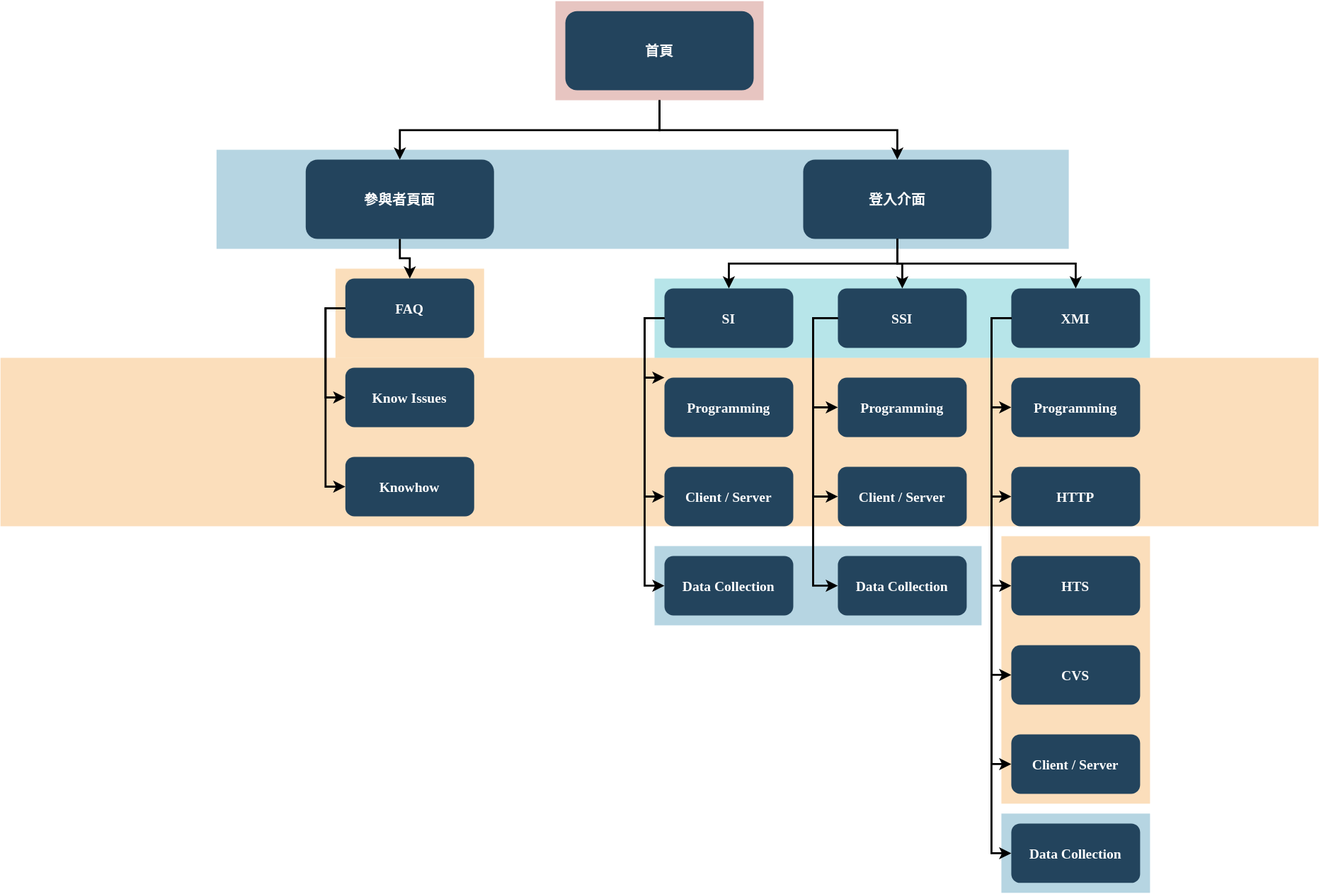
Earlier version of the draw.io export 未命名绘图.drawio.svg (Kotno557/GShepherd). Source tidied: cells renumbered, new cells last; positions are measured from the earlier drawing's top-left corner, leaving out a move shared by most shapes. The source it was exported from:
```xml
<mxGraphModel>
  <root>
    <mxCell id="0" />
    <mxCell id="1" parent="0" />
    <mxCell id="2" style="fillColor=#AE4132;strokeColor=none;opacity=30;" parent="1" vertex="1">
      <mxGeometry x="560" y="-0.5" width="210" height="100" as="geometry" />
    </mxCell>
    <mxCell id="3" style="fillColor=#10739E;strokeColor=none;opacity=30;" parent="1" vertex="1">
      <mxGeometry x="218" y="149.5" width="860" height="100" as="geometry" />
    </mxCell>
    <mxCell id="4" style="fillColor=#F2931E;strokeColor=none;opacity=30;" parent="1" vertex="1">
      <mxGeometry x="1010" y="539.5" width="150" height="270" as="geometry" />
    </mxCell>
    <mxCell id="5" style="fillColor=#F2931E;strokeColor=none;opacity=30;" parent="1" vertex="1">
      <mxGeometry x="338" y="269.5" width="150" height="90" as="geometry" />
    </mxCell>
    <mxCell id="6" style="fillColor=#F2931E;strokeColor=none;opacity=30;" parent="1" vertex="1">
      <mxGeometry y="359.5" width="1330" height="170" as="geometry" />
    </mxCell>
    <mxCell id="7" style="fillColor=#10739E;strokeColor=none;opacity=30;" parent="1" vertex="1">
      <mxGeometry x="1010" y="819.5" width="150" height="80" as="geometry" />
    </mxCell>
    <mxCell id="8" style="fillColor=#10739E;strokeColor=none;opacity=30;" parent="1" vertex="1">
      <mxGeometry x="660" y="549.5" width="330" height="80" as="geometry" />
    </mxCell>
    <mxCell id="9" style="fillColor=#12AAB5;strokeColor=none;opacity=30;" parent="1" vertex="1">
      <mxGeometry x="660" y="279.5" width="500" height="80" as="geometry" />
    </mxCell>
    <mxCell id="10" value="首頁" style="rounded=1;fillColor=#23445D;gradientColor=none;strokeColor=none;fontColor=#FFFFFF;fontStyle=1;fontFamily=Tahoma;fontSize=14;" parent="1" vertex="1">
      <mxGeometry x="570" y="9.5" width="190" height="80" as="geometry" />
    </mxCell>
    <mxCell id="11" value="登入介面" style="rounded=1;fillColor=#23445D;gradientColor=none;strokeColor=none;fontColor=#FFFFFF;fontStyle=1;fontFamily=Tahoma;fontSize=14;" parent="1" vertex="1">
      <mxGeometry x="810" y="159.5" width="190" height="80" as="geometry" />
    </mxCell>
    <mxCell id="12" style="edgeStyle=elbowEdgeStyle;elbow=vertical;strokeWidth=2;rounded=0;exitX=0.5;exitY=1;exitDx=0;exitDy=0;" parent="1" edge="1" source="2" target="11">
      <mxGeometry x="142" y="215.5" as="geometry" />
    </mxCell>
    <mxCell id="13" value="參與者頁面" style="rounded=1;fillColor=#23445D;gradientColor=none;strokeColor=none;fontColor=#FFFFFF;fontStyle=1;fontFamily=Tahoma;fontSize=14;" parent="1" vertex="1">
      <mxGeometry x="308" y="159.5" width="190" height="80" as="geometry" />
    </mxCell>
    <mxCell id="14" value="FAQ" style="rounded=1;fillColor=#23445D;gradientColor=none;strokeColor=none;fontColor=#FFFFFF;fontStyle=1;fontFamily=Tahoma;fontSize=14;" parent="1" vertex="1">
      <mxGeometry x="348" y="279.5" width="130" height="60" as="geometry" />
    </mxCell>
    <mxCell id="15" value="Know Issues" style="rounded=1;fillColor=#23445D;gradientColor=none;strokeColor=none;fontColor=#FFFFFF;fontStyle=1;fontFamily=Tahoma;fontSize=14;" parent="1" vertex="1">
      <mxGeometry x="348" y="369.5" width="130" height="60" as="geometry" />
    </mxCell>
    <mxCell id="16" value="Knowhow" style="rounded=1;fillColor=#23445D;gradientColor=none;strokeColor=none;fontColor=#FFFFFF;fontStyle=1;fontFamily=Tahoma;fontSize=14;" parent="1" vertex="1">
      <mxGeometry x="348" y="459.5" width="130" height="60" as="geometry" />
    </mxCell>
    <mxCell id="17" value="SI" style="rounded=1;fillColor=#23445D;gradientColor=none;strokeColor=none;fontColor=#FFFFFF;fontStyle=1;fontFamily=Tahoma;fontSize=14;" parent="1" vertex="1">
      <mxGeometry x="670" y="289.5" width="130" height="60" as="geometry" />
    </mxCell>
    <mxCell id="18" value="Programming" style="rounded=1;fillColor=#23445D;gradientColor=none;strokeColor=none;fontColor=#FFFFFF;fontStyle=1;fontFamily=Tahoma;fontSize=14;" parent="1" vertex="1">
      <mxGeometry x="670" y="379.5" width="130" height="60" as="geometry" />
    </mxCell>
    <mxCell id="19" value="Client / Server" style="rounded=1;fillColor=#23445D;gradientColor=none;strokeColor=none;fontColor=#FFFFFF;fontStyle=1;fontFamily=Tahoma;fontSize=14;" parent="1" vertex="1">
      <mxGeometry x="670" y="469.5" width="130" height="60" as="geometry" />
    </mxCell>
    <mxCell id="20" value="Data Collection" style="rounded=1;fillColor=#23445D;gradientColor=none;strokeColor=none;fontColor=#FFFFFF;fontStyle=1;fontFamily=Tahoma;fontSize=14;" parent="1" vertex="1">
      <mxGeometry x="670" y="559.5" width="130" height="60" as="geometry" />
    </mxCell>
    <mxCell id="21" value="SSI" style="rounded=1;fillColor=#23445D;gradientColor=none;strokeColor=none;fontColor=#FFFFFF;fontStyle=1;fontFamily=Tahoma;fontSize=14;" parent="1" vertex="1">
      <mxGeometry x="845" y="289.5" width="130" height="60" as="geometry" />
    </mxCell>
    <mxCell id="22" value="Programming" style="rounded=1;fillColor=#23445D;gradientColor=none;strokeColor=none;fontColor=#FFFFFF;fontStyle=1;fontFamily=Tahoma;fontSize=14;" parent="1" vertex="1">
      <mxGeometry x="845" y="379.5" width="130" height="60" as="geometry" />
    </mxCell>
    <mxCell id="23" value="Client / Server" style="rounded=1;fillColor=#23445D;gradientColor=none;strokeColor=none;fontColor=#FFFFFF;fontStyle=1;fontFamily=Tahoma;fontSize=14;" parent="1" vertex="1">
      <mxGeometry x="845" y="469.5" width="130" height="60" as="geometry" />
    </mxCell>
    <mxCell id="24" value="Data Collection" style="rounded=1;fillColor=#23445D;gradientColor=none;strokeColor=none;fontColor=#FFFFFF;fontStyle=1;fontFamily=Tahoma;fontSize=14;" parent="1" vertex="1">
      <mxGeometry x="845" y="559.5" width="130" height="60" as="geometry" />
    </mxCell>
    <mxCell id="25" value="XMI" style="rounded=1;fillColor=#23445D;gradientColor=none;strokeColor=none;fontColor=#FFFFFF;fontStyle=1;fontFamily=Tahoma;fontSize=14;" parent="1" vertex="1">
      <mxGeometry x="1020" y="289.5" width="130" height="60" as="geometry" />
    </mxCell>
    <mxCell id="26" value="Programming" style="rounded=1;fillColor=#23445D;gradientColor=none;strokeColor=none;fontColor=#FFFFFF;fontStyle=1;fontFamily=Tahoma;fontSize=14;" parent="1" vertex="1">
      <mxGeometry x="1020" y="379.5" width="130" height="60" as="geometry" />
    </mxCell>
    <mxCell id="27" value="HTTP" style="rounded=1;fillColor=#23445D;gradientColor=none;strokeColor=none;fontColor=#FFFFFF;fontStyle=1;fontFamily=Tahoma;fontSize=14;" parent="1" vertex="1">
      <mxGeometry x="1020" y="469.5" width="130" height="60" as="geometry" />
    </mxCell>
    <mxCell id="28" value="HTS" style="rounded=1;fillColor=#23445D;gradientColor=none;strokeColor=none;fontColor=#FFFFFF;fontStyle=1;fontFamily=Tahoma;fontSize=14;" parent="1" vertex="1">
      <mxGeometry x="1020" y="559.5" width="130" height="60" as="geometry" />
    </mxCell>
    <mxCell id="29" value="CVS" style="rounded=1;fillColor=#23445D;gradientColor=none;strokeColor=none;fontColor=#FFFFFF;fontStyle=1;fontFamily=Tahoma;fontSize=14;" parent="1" vertex="1">
      <mxGeometry x="1020" y="649.5" width="130" height="60" as="geometry" />
    </mxCell>
    <mxCell id="30" value="Client / Server" style="rounded=1;fillColor=#23445D;gradientColor=none;strokeColor=none;fontColor=#FFFFFF;fontStyle=1;fontFamily=Tahoma;fontSize=14;" parent="1" vertex="1">
      <mxGeometry x="1020" y="739.5" width="130" height="60" as="geometry" />
    </mxCell>
    <mxCell id="31" value="Data Collection" style="rounded=1;fillColor=#23445D;gradientColor=none;strokeColor=none;fontColor=#FFFFFF;fontStyle=1;fontFamily=Tahoma;fontSize=14;" parent="1" vertex="1">
      <mxGeometry x="1020" y="829.5" width="130" height="60" as="geometry" />
    </mxCell>
    <mxCell id="32" style="edgeStyle=elbowEdgeStyle;elbow=horizontal;strokeWidth=2;rounded=0;" parent="1" edge="1" source="14" target="15">
      <mxGeometry x="-470" y="135.5" as="geometry">
        <Array as="points">
          <mxPoint x="328" y="359.5" />
        </Array>
      </mxGeometry>
    </mxCell>
    <mxCell id="33" style="edgeStyle=elbowEdgeStyle;elbow=horizontal;strokeWidth=2;rounded=0;" parent="1" edge="1" source="14" target="16">
      <mxGeometry x="-470" y="135.5" as="geometry">
        <Array as="points">
          <mxPoint x="328" y="409.5" />
        </Array>
      </mxGeometry>
    </mxCell>
    <mxCell id="34" style="edgeStyle=elbowEdgeStyle;elbow=horizontal;strokeWidth=2;rounded=0;" parent="1" edge="1" source="17" target="18">
      <mxGeometry x="-388" y="145.5" as="geometry">
        <Array as="points">
          <mxPoint x="650" y="379.5" />
        </Array>
      </mxGeometry>
    </mxCell>
    <mxCell id="35" style="edgeStyle=elbowEdgeStyle;elbow=horizontal;strokeWidth=2;rounded=0;" parent="1" edge="1" source="17" target="19">
      <mxGeometry x="-388" y="145.5" as="geometry">
        <Array as="points">
          <mxPoint x="650" y="409.5" />
        </Array>
      </mxGeometry>
    </mxCell>
    <mxCell id="36" style="edgeStyle=elbowEdgeStyle;elbow=horizontal;strokeWidth=2;rounded=0;" parent="1" edge="1" source="17" target="20">
      <mxGeometry x="-388" y="145.5" as="geometry">
        <Array as="points">
          <mxPoint x="650" y="459.5" />
        </Array>
      </mxGeometry>
    </mxCell>
    <mxCell id="37" style="edgeStyle=elbowEdgeStyle;elbow=horizontal;strokeWidth=2;rounded=0;" parent="1" edge="1" source="21" target="22">
      <mxGeometry x="-388" y="145.5" as="geometry">
        <Array as="points">
          <mxPoint x="820" y="369.5" />
        </Array>
      </mxGeometry>
    </mxCell>
    <mxCell id="38" style="edgeStyle=elbowEdgeStyle;elbow=horizontal;strokeWidth=2;rounded=0;" parent="1" edge="1" source="21" target="23">
      <mxGeometry x="-388" y="145.5" as="geometry">
        <Array as="points">
          <mxPoint x="820" y="429.5" />
        </Array>
      </mxGeometry>
    </mxCell>
    <mxCell id="39" style="edgeStyle=elbowEdgeStyle;elbow=horizontal;strokeWidth=2;rounded=0;" parent="1" edge="1" source="21" target="24">
      <mxGeometry x="-388" y="145.5" as="geometry">
        <Array as="points">
          <mxPoint x="820" y="459.5" />
        </Array>
      </mxGeometry>
    </mxCell>
    <mxCell id="40" style="edgeStyle=elbowEdgeStyle;elbow=horizontal;strokeWidth=2;rounded=0;" parent="1" edge="1" source="25" target="26">
      <mxGeometry x="-388" y="145.5" as="geometry">
        <Array as="points">
          <mxPoint x="1000" y="369.5" />
        </Array>
      </mxGeometry>
    </mxCell>
    <mxCell id="41" style="edgeStyle=elbowEdgeStyle;elbow=horizontal;strokeWidth=2;rounded=0;" parent="1" edge="1" source="25" target="27">
      <mxGeometry x="-388" y="145.5" as="geometry">
        <Array as="points">
          <mxPoint x="1000" y="409.5" />
        </Array>
      </mxGeometry>
    </mxCell>
    <mxCell id="42" style="edgeStyle=elbowEdgeStyle;elbow=horizontal;strokeWidth=2;rounded=0;" parent="1" edge="1" source="25" target="28">
      <mxGeometry x="-388" y="145.5" as="geometry">
        <Array as="points">
          <mxPoint x="1000" y="459.5" />
        </Array>
      </mxGeometry>
    </mxCell>
    <mxCell id="43" style="edgeStyle=elbowEdgeStyle;elbow=horizontal;strokeWidth=2;rounded=0;" parent="1" edge="1" source="25" target="29">
      <mxGeometry x="-388" y="145.5" as="geometry">
        <Array as="points">
          <mxPoint x="1000" y="509.5" />
        </Array>
      </mxGeometry>
    </mxCell>
    <mxCell id="44" style="edgeStyle=elbowEdgeStyle;elbow=horizontal;strokeWidth=2;rounded=0;" parent="1" edge="1" source="25" target="30">
      <mxGeometry x="-388" y="145.5" as="geometry">
        <Array as="points">
          <mxPoint x="1000" y="559.5" />
        </Array>
      </mxGeometry>
    </mxCell>
    <mxCell id="45" style="edgeStyle=elbowEdgeStyle;elbow=horizontal;strokeWidth=2;rounded=0;" parent="1" edge="1" source="25" target="31">
      <mxGeometry x="-388" y="145.5" as="geometry">
        <Array as="points">
          <mxPoint x="1000" y="599.5" />
        </Array>
      </mxGeometry>
    </mxCell>
    <mxCell id="46" style="edgeStyle=elbowEdgeStyle;elbow=vertical;strokeWidth=2;rounded=0;" parent="1" edge="1" source="13" target="14">
      <mxGeometry x="-470" y="135.5" as="geometry" />
    </mxCell>
    <mxCell id="47" style="edgeStyle=elbowEdgeStyle;elbow=vertical;strokeWidth=2;rounded=0;exitX=0.5;exitY=1;exitDx=0;exitDy=0;" parent="1" edge="1" source="11" target="21">
      <mxGeometry x="-388" y="145.5" as="geometry" />
    </mxCell>
    <mxCell id="48" style="edgeStyle=elbowEdgeStyle;elbow=vertical;strokeWidth=2;rounded=0;exitX=0.5;exitY=1;exitDx=0;exitDy=0;" parent="1" edge="1" source="11" target="17">
      <mxGeometry x="-388" y="145.5" as="geometry" />
    </mxCell>
    <mxCell id="49" style="edgeStyle=elbowEdgeStyle;elbow=vertical;strokeWidth=2;rounded=0;exitX=0.5;exitY=1;exitDx=0;exitDy=0;" parent="1" edge="1" source="11" target="25">
      <mxGeometry x="-388" y="145.5" as="geometry" />
    </mxCell>
    <mxCell id="50" style="edgeStyle=elbowEdgeStyle;elbow=vertical;strokeWidth=2;rounded=0;entryX=0.5;entryY=0;entryDx=0;entryDy=0;exitX=0.5;exitY=1;exitDx=0;exitDy=0;" parent="1" edge="1" source="2" target="13">
      <mxGeometry x="-88" y="232.5" as="geometry" />
    </mxCell>
  </root>
</mxGraphModel>
```
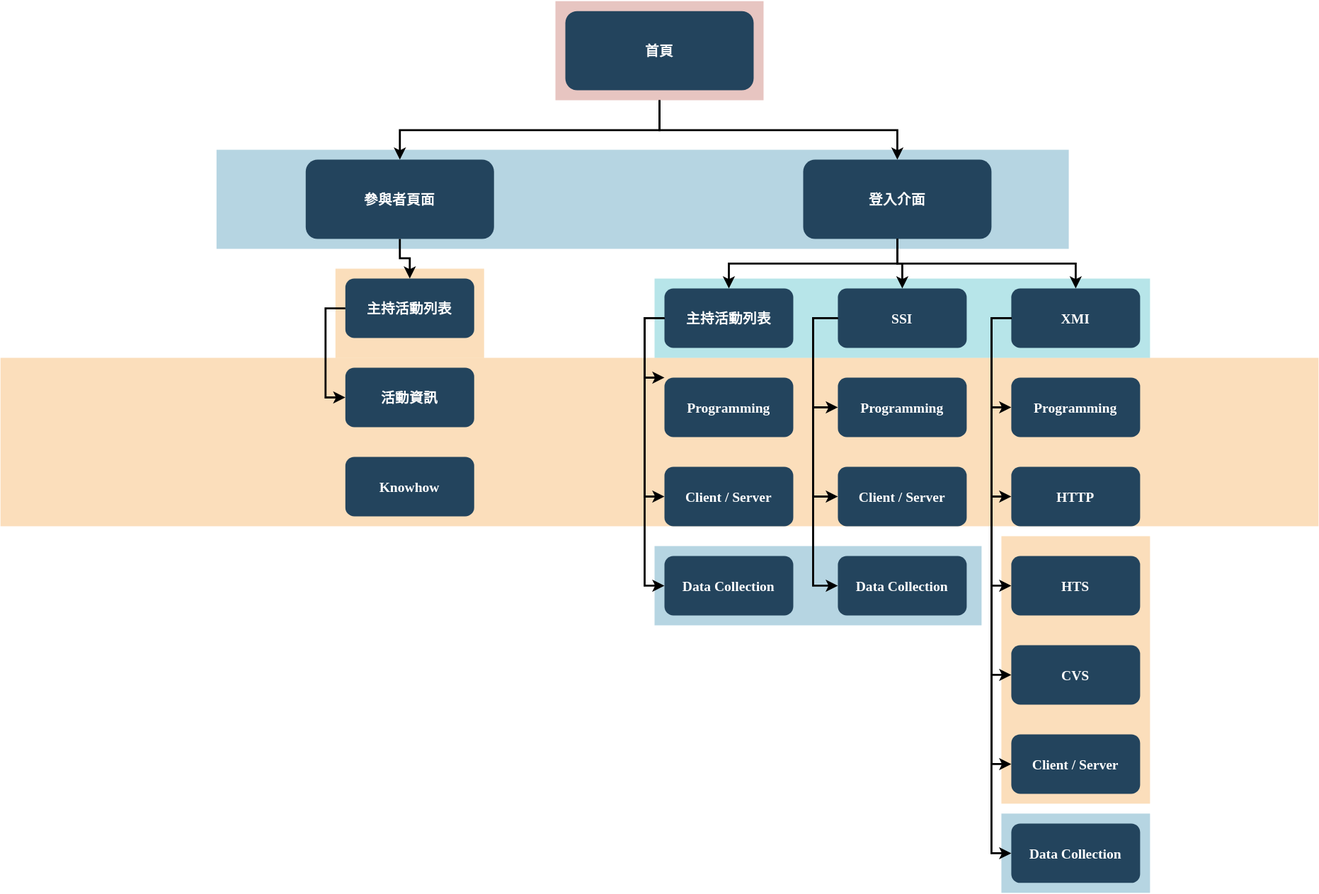
The same diagram one commit later.

Commit message:
更新未命名绘图.drawio.svg

The edit, as a diff of the source:
```diff
@@ -38,16 +38,16 @@
     <mxCell id="13" value="參與者頁面" style="rounded=1;fillColor=#23445D;gradientColor=none;strokeColor=none;fontColor=#FFFFFF;fontStyle=1;fontFamily=Tahoma;fontSize=14;" parent="1" vertex="1">
       <mxGeometry x="308" y="159.5" width="190" height="80" as="geometry" />
     </mxCell>
-    <mxCell id="14" value="FAQ" style="rounded=1;fillColor=#23445D;gradientColor=none;strokeColor=none;fontColor=#FFFFFF;fontStyle=1;fontFamily=Tahoma;fontSize=14;" parent="1" vertex="1">
+    <mxCell id="14" value="主持活動列表" style="rounded=1;fillColor=#23445D;gradientColor=none;strokeColor=none;fontColor=#FFFFFF;fontStyle=1;fontFamily=Tahoma;fontSize=14;" parent="1" vertex="1">
       <mxGeometry x="348" y="279.5" width="130" height="60" as="geometry" />
     </mxCell>
-    <mxCell id="15" value="Know Issues" style="rounded=1;fillColor=#23445D;gradientColor=none;strokeColor=none;fontColor=#FFFFFF;fontStyle=1;fontFamily=Tahoma;fontSize=14;" parent="1" vertex="1">
+    <mxCell id="15" value="活動資訊" style="rounded=1;fillColor=#23445D;gradientColor=none;strokeColor=none;fontColor=#FFFFFF;fontStyle=1;fontFamily=Tahoma;fontSize=14;" parent="1" vertex="1">
       <mxGeometry x="348" y="369.5" width="130" height="60" as="geometry" />
     </mxCell>
     <mxCell id="16" value="Knowhow" style="rounded=1;fillColor=#23445D;gradientColor=none;strokeColor=none;fontColor=#FFFFFF;fontStyle=1;fontFamily=Tahoma;fontSize=14;" parent="1" vertex="1">
       <mxGeometry x="348" y="459.5" width="130" height="60" as="geometry" />
     </mxCell>
-    <mxCell id="17" value="SI" style="rounded=1;fillColor=#23445D;gradientColor=none;strokeColor=none;fontColor=#FFFFFF;fontStyle=1;fontFamily=Tahoma;fontSize=14;" parent="1" vertex="1">
+    <mxCell id="17" value="主持活動列表" style="rounded=1;fillColor=#23445D;gradientColor=none;strokeColor=none;fontColor=#FFFFFF;fontStyle=1;fontFamily=Tahoma;fontSize=14;" parent="1" vertex="1">
       <mxGeometry x="670" y="289.5" width="130" height="60" as="geometry" />
     </mxCell>
     <mxCell id="18" value="Programming" style="rounded=1;fillColor=#23445D;gradientColor=none;strokeColor=none;fontColor=#FFFFFF;fontStyle=1;fontFamily=Tahoma;fontSize=14;" parent="1" vertex="1">
@@ -99,13 +99,6 @@
         </Array>
       </mxGeometry>
     </mxCell>
-    <mxCell id="33" style="edgeStyle=elbowEdgeStyle;elbow=horizontal;strokeWidth=2;rounded=0;" parent="1" edge="1" source="14" target="16">
-      <mxGeometry x="-470" y="135.5" as="geometry">
-        <Array as="points">
-          <mxPoint x="328" y="409.5" />
-        </Array>
-      </mxGeometry>
-    </mxCell>
     <mxCell id="34" style="edgeStyle=elbowEdgeStyle;elbow=horizontal;strokeWidth=2;rounded=0;" parent="1" edge="1" source="17" target="18">
       <mxGeometry x="-388" y="145.5" as="geometry">
         <Array as="points">
```
